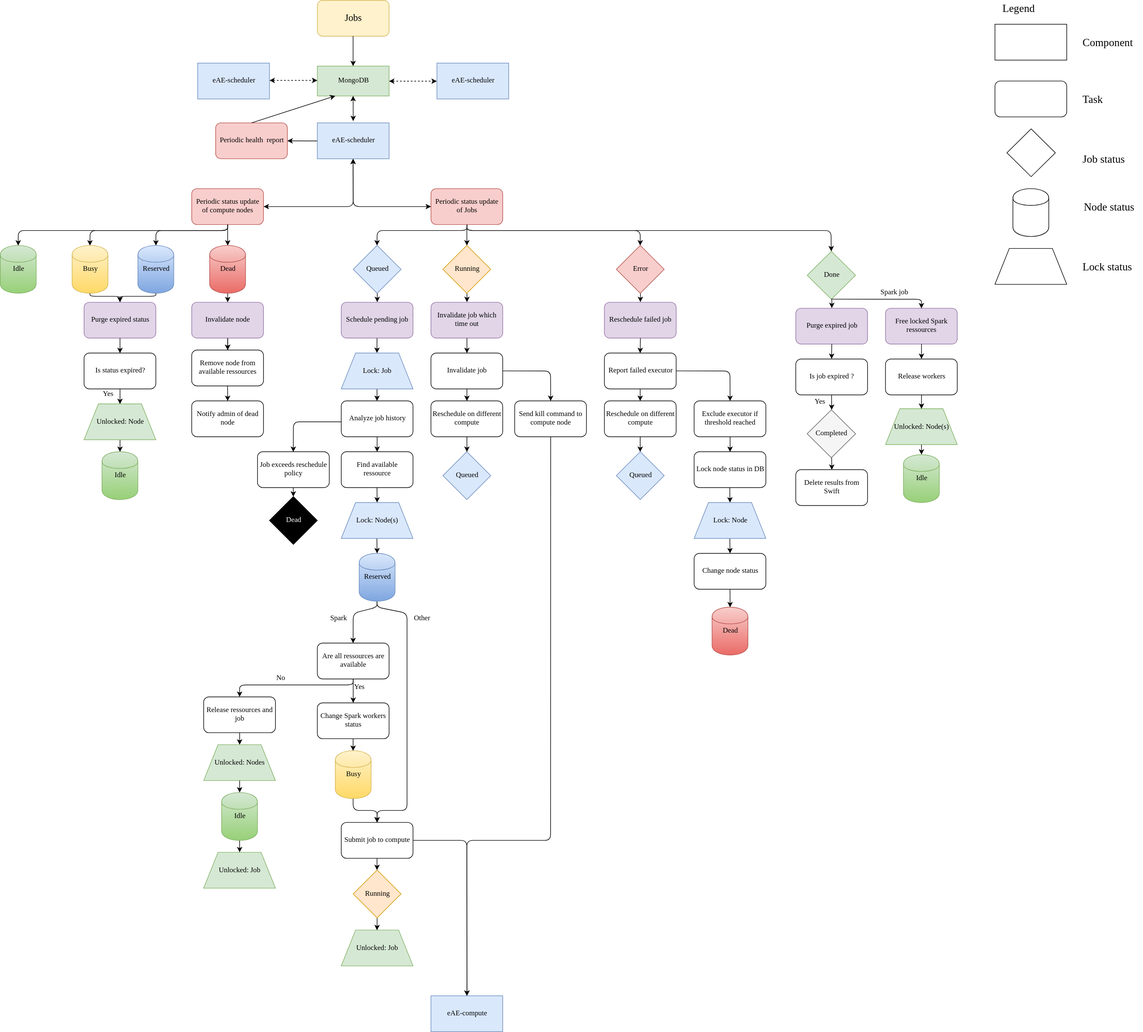
This is scheduler.svg from aoehmichen/eae-files, a draw.io export, as it was before one commit. Source tidied: cells renumbered, new cells last; positions are measured from the earlier drawing's top-left corner, leaving out a move shared by most shapes.
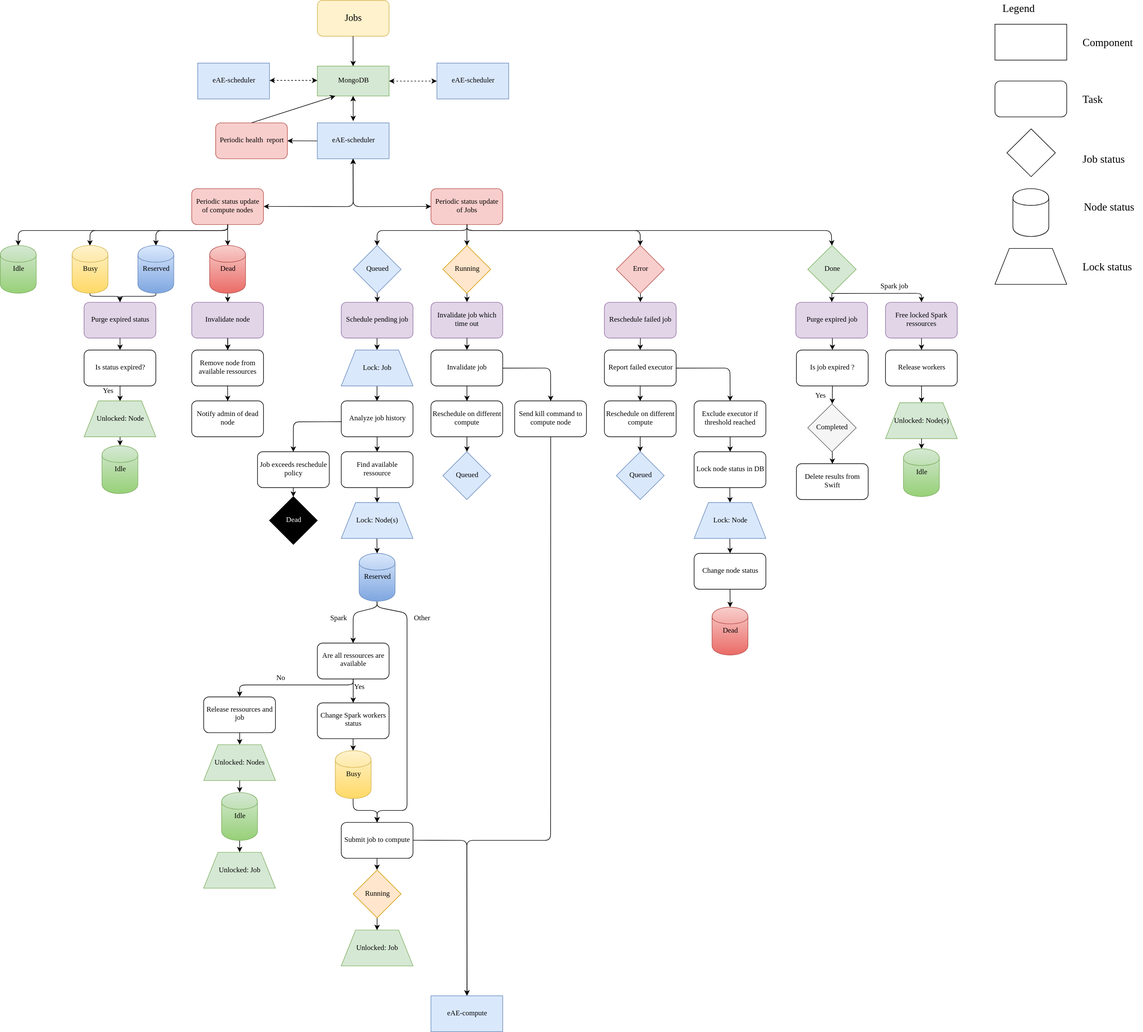
After the commit.

Change to the diagram source:
```diff
@@ -66,7 +66,7 @@
       <mxGeometry x="570" y="755" width="120" height="60" as="geometry" />
     </mxCell>
     <mxCell id="17" value="Invalidate job" style="rounded=1;whiteSpace=wrap;html=1;fontFamily=Times New Roman;" parent="1" vertex="1">
-      <mxGeometry x="720" y="590" width="120" height="60" as="geometry" />
+      <mxGeometry x="720" y="585" width="120" height="60" as="geometry" />
     </mxCell>
     <mxCell id="18" value="Reschedule on different compute" style="rounded=1;whiteSpace=wrap;html=1;fontFamily=Times New Roman;" parent="1" vertex="1">
       <mxGeometry x="720" y="670" width="120" height="60" as="geometry" />
@@ -102,16 +102,15 @@
         <mxPoint x="530" y="134" as="targetPoint" />
       </mxGeometry>
     </mxCell>
-    <mxCell id="27" style="endArrow=classic;html=1;entryX=0.5;entryY=0;exitX=0.5;exitY=1;fontFamily=Times New Roman;" parent="1" edge="1">
+    <mxCell id="27" style="endArrow=classic;html=1;entryX=0.5;entryY=0;exitX=0.5;exitY=1;fontFamily=Times New Roman;" parent="1" edge="1" target="120">
       <mxGeometry relative="1" as="geometry">
         <mxPoint x="629.9" y="565.3" as="sourcePoint" />
-        <mxPoint x="629.8" y="589.8" as="targetPoint" />
       </mxGeometry>
     </mxCell>
     <mxCell id="28" style="endArrow=classic;html=1;fontFamily=Times New Roman;exitX=1;exitY=0.5;entryX=0.5;entryY=0;" parent="1" edge="1" source="17" target="29">
       <mxGeometry relative="1" as="geometry">
         <Array as="points">
-          <mxPoint x="920" y="620" />
+          <mxPoint x="920" y="615" />
         </Array>
       </mxGeometry>
     </mxCell>
@@ -197,7 +196,7 @@
       <mxGeometry x="740" y="410" width="80" height="80" as="geometry" />
     </mxCell>
     <mxCell id="45" value="Done" style="rhombus;whiteSpace=wrap;html=1;strokeColor=#82b366;fillColor=#d5e8d4;fontFamily=Times New Roman;" parent="1" vertex="1">
-      <mxGeometry x="1349" y="420" width="81" height="80" as="geometry" />
+      <mxGeometry x="1350" y="410" width="81" height="80" as="geometry" />
     </mxCell>
     <mxCell id="46" value="Error" style="rhombus;whiteSpace=wrap;html=1;strokeColor=#b85450;fillColor=#f8cecc;fontFamily=Times New Roman;" parent="1" vertex="1">
       <mxGeometry x="1030" y="410" width="80" height="80" as="geometry" />
@@ -270,7 +269,7 @@
       </mxGeometry>
     </mxCell>
     <mxCell id="59" value="Report failed executor" style="rounded=1;whiteSpace=wrap;html=1;fontFamily=Times New Roman;" parent="1" vertex="1">
-      <mxGeometry x="1010" y="590" width="120" height="60" as="geometry" />
+      <mxGeometry x="1010" y="585" width="120" height="60" as="geometry" />
     </mxCell>
     <mxCell id="60" style="endArrow=classic;html=1;entryX=0.5;entryY=0;exitX=0.5;exitY=1;fontFamily=Times New Roman;" parent="1" edge="1" target="59">
       <mxGeometry relative="1" as="geometry">
@@ -289,7 +288,7 @@
     <mxCell id="64" style="endArrow=classic;html=1;fontFamily=Times New Roman;exitX=1;exitY=0.5;entryX=0.5;entryY=0;" parent="1" edge="1" source="59" target="65">
       <mxGeometry relative="1" as="geometry">
         <Array as="points">
-          <mxPoint x="1220" y="620" />
+          <mxPoint x="1220" y="615" />
         </Array>
       </mxGeometry>
     </mxCell>
@@ -370,38 +369,37 @@
       <mxGeometry x="550" y="1025" width="40" height="20" as="geometry" />
     </mxCell>
     <mxCell id="84" value="Completed" style="rhombus;whiteSpace=wrap;html=1;strokeColor=#666666;fillColor=#f5f5f5;fontFamily=Times New Roman;" parent="1" vertex="1">
-      <mxGeometry x="1349" y="685" width="81" height="80" as="geometry" />
+      <mxGeometry x="1350" y="675" width="81" height="80" as="geometry" />
     </mxCell>
     <mxCell id="85" value="Purge expired job" style="rounded=1;whiteSpace=wrap;html=1;fillColor=#e1d5e7;strokeColor=#9673a6;fontFamily=Times New Roman;" parent="1" vertex="1">
-      <mxGeometry x="1330" y="515" width="120" height="60" as="geometry" />
+      <mxGeometry x="1330" y="505" width="120" height="60" as="geometry" />
     </mxCell>
     <mxCell id="86" style="endArrow=classic;html=1;fontFamily=Times New Roman;entryX=0.5;entryY=0;exitX=0.5;exitY=1;" parent="1" edge="1">
       <mxGeometry relative="1" as="geometry">
-        <mxPoint x="1390.2" y="500.3" as="sourcePoint" />
-        <mxPoint x="1390.2" y="514.8" as="targetPoint" />
+        <mxPoint x="1390.2" y="490.3" as="sourcePoint" />
+        <mxPoint x="1390.2" y="504.8" as="targetPoint" />
       </mxGeometry>
     </mxCell>
     <mxCell id="87" value="Delete results from Swift" style="rounded=1;whiteSpace=wrap;html=1;fontFamily=Times New Roman;" parent="1" vertex="1">
-      <mxGeometry x="1330" y="785" width="120" height="60" as="geometry" />
+      <mxGeometry x="1331" y="775" width="120" height="60" as="geometry" />
     </mxCell>
     <mxCell id="88" style="endArrow=classic;html=1;exitX=0.5;exitY=1;fontFamily=Times New Roman;entryX=0.5;entryY=0;" parent="1" edge="1" target="89">
       <mxGeometry relative="1" as="geometry">
-        <mxPoint x="1390.1" y="575" as="sourcePoint" />
+        <mxPoint x="1391.1" y="565" as="sourcePoint" />
       </mxGeometry>
     </mxCell>
     <mxCell id="89" value="Is job expired ?" style="rounded=1;whiteSpace=wrap;html=1;fontFamily=Times New Roman;" parent="1" vertex="1">
-      <mxGeometry x="1330" y="600" width="120" height="60" as="geometry" />
+      <mxGeometry x="1331" y="585" width="120" height="60" as="geometry" />
     </mxCell>
     <mxCell id="90" style="endArrow=classic;html=1;entryX=0.5;entryY=0;fontFamily=Times New Roman;" parent="1" edge="1">
       <mxGeometry relative="1" as="geometry">
-        <mxPoint x="1390" y="765" as="sourcePoint" />
-        <mxPoint x="1390.2" y="785.3" as="targetPoint" />
+        <mxPoint x="1391" y="755" as="sourcePoint" />
+        <mxPoint x="1391.2" y="775.3" as="targetPoint" />
       </mxGeometry>
     </mxCell>
-    <mxCell id="91" style="endArrow=classic;html=1;fontFamily=Times New Roman;exitX=0.5;exitY=1;" parent="1" edge="1">
+    <mxCell id="91" style="endArrow=classic;html=1;fontFamily=Times New Roman;exitX=0.5;exitY=1;" parent="1" edge="1" source="89">
       <mxGeometry relative="1" as="geometry">
-        <mxPoint x="1389.9" y="660.3" as="sourcePoint" />
-        <mxPoint x="1390" y="685" as="targetPoint" />
+        <mxPoint x="1391" y="675" as="targetPoint" />
       </mxGeometry>
     </mxCell>
     <mxCell id="92" value="Reserved" style="shape=cylinder;whiteSpace=wrap;html=1;fillColor=#dae8fc;strokeColor=#6c8ebf;gradientColor=#7ea6e0;fontFamily=Times New Roman;" parent="1" vertex="1">
@@ -475,31 +473,31 @@
       <mxGeometry x="1160" y="840" width="120" height="60" as="geometry" />
     </mxCell>
     <mxCell id="110" value="Free locked Spark ressources" style="rounded=1;whiteSpace=wrap;html=1;fillColor=#e1d5e7;strokeColor=#9673a6;fontFamily=Times New Roman;" parent="1" vertex="1">
-      <mxGeometry x="1480" y="515" width="120" height="60" as="geometry" />
+      <mxGeometry x="1480" y="505" width="120" height="60" as="geometry" />
     </mxCell>
     <mxCell id="111" style="endArrow=classic;html=1;fontFamily=Times New Roman;fontSize=18;exitX=0.5;exitY=1;entryX=0.5;entryY=0;" parent="1" edge="1" source="45" target="110">
       <mxGeometry relative="1" as="geometry">
         <Array as="points">
-          <mxPoint x="1540" y="500" />
+          <mxPoint x="1540" y="490" />
         </Array>
       </mxGeometry>
     </mxCell>
     <mxCell id="112" style="endArrow=classic;html=1;exitX=0.5;exitY=1;fontFamily=Times New Roman;entryX=0.5;entryY=0;" parent="1" edge="1" target="114">
       <mxGeometry relative="1" as="geometry">
-        <mxPoint x="1540.1" y="575" as="sourcePoint" />
+        <mxPoint x="1540.1" y="565" as="sourcePoint" />
       </mxGeometry>
     </mxCell>
     <mxCell id="113" value="&lt;font style=&quot;font-size: 12px&quot;&gt;Unlocked: Node(s)&lt;br&gt;&lt;/font&gt;" style="shape=trapezoid;whiteSpace=wrap;html=1;fontFamily=Times New Roman;fontSize=18;fillColor=#d5e8d4;strokeColor=#82b366;" parent="1" vertex="1">
-      <mxGeometry x="1480" y="683" width="120" height="60" as="geometry" />
+      <mxGeometry x="1480" y="673" width="120" height="60" as="geometry" />
     </mxCell>
     <mxCell id="114" value="Release workers" style="rounded=1;whiteSpace=wrap;html=1;fontFamily=Times New Roman;" parent="1" vertex="1">
-      <mxGeometry x="1480" y="600" width="120" height="60" as="geometry" />
+      <mxGeometry x="1480" y="585" width="120" height="60" as="geometry" />
     </mxCell>
     <mxCell id="115" style="endArrow=classic;html=1;fontFamily=Times New Roman;fontSize=18;entryX=0.5;entryY=0;exitX=0.5;exitY=1;" parent="1" edge="1" source="113" target="116">
       <mxGeometry relative="1" as="geometry" />
     </mxCell>
     <mxCell id="116" value="Idle" style="shape=cylinder;whiteSpace=wrap;html=1;fillColor=#d5e8d4;strokeColor=#82b366;fontFamily=Times New Roman;gradientColor=#97d077;" parent="1" vertex="1">
-      <mxGeometry x="1510" y="760" width="60" height="80" as="geometry" />
+      <mxGeometry x="1510" y="750" width="60" height="80" as="geometry" />
     </mxCell>
     <mxCell id="117" style="endArrow=classic;html=1;fontFamily=Times New Roman;fontSize=18;entryX=0.5;entryY=0;exitX=0.5;exitY=1;" parent="1" edge="1" source="114" target="113">
       <mxGeometry relative="1" as="geometry" />
@@ -511,7 +509,7 @@
       <mxGeometry x="1808" y="435" width="100" height="20" as="geometry" />
     </mxCell>
     <mxCell id="120" value="&lt;font style=&quot;font-size: 12px&quot;&gt;Lock: Job&lt;br&gt;&lt;/font&gt;" style="shape=trapezoid;whiteSpace=wrap;html=1;fontFamily=Times New Roman;fontSize=18;fillColor=#dae8fc;strokeColor=#6c8ebf;" parent="1" vertex="1">
-      <mxGeometry x="570" y="590" width="120" height="60" as="geometry" />
+      <mxGeometry x="570" y="585" width="120" height="60" as="geometry" />
     </mxCell>
     <mxCell id="121" value="&lt;font style=&quot;font-size: 12px&quot;&gt;Lock: Node(s)&lt;br&gt;&lt;/font&gt;" style="shape=trapezoid;whiteSpace=wrap;html=1;fontFamily=Times New Roman;fontSize=18;fillColor=#dae8fc;strokeColor=#6c8ebf;" parent="1" vertex="1">
       <mxGeometry x="570" y="840" width="120" height="60" as="geometry" />
@@ -586,16 +584,16 @@
       <mxGeometry x="140" y="505" width="120" height="60" as="geometry" />
     </mxCell>
     <mxCell id="141" value="Is status expired?" style="rounded=1;whiteSpace=wrap;html=1;fontFamily=Times New Roman;" parent="1" vertex="1">
-      <mxGeometry x="140" y="590" width="120" height="60" as="geometry" />
+      <mxGeometry x="140" y="585" width="120" height="60" as="geometry" />
     </mxCell>
     <mxCell id="142" value="&lt;font style=&quot;font-size: 12px&quot;&gt;Unlocked: Node&lt;br&gt;&lt;/font&gt;" style="shape=trapezoid;whiteSpace=wrap;html=1;fontFamily=Times New Roman;fontSize=18;fillColor=#d5e8d4;strokeColor=#82b366;" parent="1" vertex="1">
-      <mxGeometry x="140" y="675" width="120" height="60" as="geometry" />
+      <mxGeometry x="140" y="670" width="120" height="60" as="geometry" />
     </mxCell>
     <mxCell id="143" style="endArrow=classic;html=1;fontFamily=Times New Roman;fontSize=18;entryX=0.5;entryY=0;exitX=0.5;exitY=1;" parent="1" edge="1" source="142" target="144">
       <mxGeometry relative="1" as="geometry" />
     </mxCell>
     <mxCell id="144" value="Idle" style="shape=cylinder;whiteSpace=wrap;html=1;fillColor=#d5e8d4;strokeColor=#82b366;fontFamily=Times New Roman;gradientColor=#97d077;" parent="1" vertex="1">
-      <mxGeometry x="170" y="755" width="60" height="80" as="geometry" />
+      <mxGeometry x="170" y="745" width="60" height="80" as="geometry" />
     </mxCell>
     <mxCell id="145" style="endArrow=classic;html=1;entryX=0.5;entryY=0;fontFamily=Times New Roman;" parent="1" edge="1" source="140" target="141">
       <mxGeometry relative="1" as="geometry" />
@@ -620,13 +618,13 @@
       </mxGeometry>
     </mxCell>
     <mxCell id="149" value="Yes" style="text;html=1;align=left;verticalAlign=top;spacingTop=-4;fontFamily=Times New Roman;" parent="1" vertex="1">
-      <mxGeometry x="170" y="650" width="40" height="20" as="geometry" />
+      <mxGeometry x="170" y="645" width="40" height="20" as="geometry" />
     </mxCell>
     <mxCell id="150" value="Yes" style="text;html=1;align=left;verticalAlign=top;spacingTop=-4;fontFamily=Times New Roman;" parent="1" vertex="1">
-      <mxGeometry x="1360" y="663" width="40" height="20" as="geometry" />
+      <mxGeometry x="1361" y="653" width="40" height="20" as="geometry" />
     </mxCell>
     <mxCell id="151" value="Spark job" style="text;html=1;align=left;verticalAlign=top;spacingTop=-4;fontFamily=Times New Roman;" parent="1" vertex="1">
-      <mxGeometry x="1470" y="480" width="70" height="20" as="geometry" />
+      <mxGeometry x="1470" y="470" width="70" height="20" as="geometry" />
     </mxCell>
   </root>
 </mxGraphModel>
```
